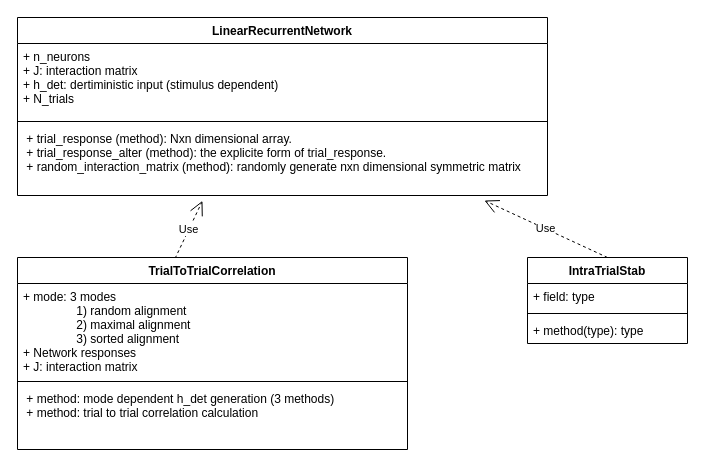
rzhou-space/MA_Networks keeps this draw.io diagram as 1D_RNN.drawio. Above is the earlier version. Source tidied: cells renumbered, new cells numbered last; positions are measured from the earlier drawing's top-left corner, leaving out a move shared by most shapes. Both pictures are drawn from the tidied source at 100%, with x=0, y=0 at pixel (17, 17).
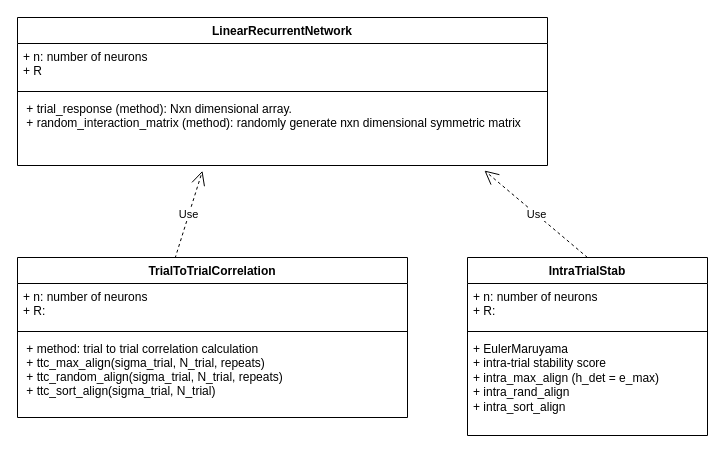
The same page after the edit.

What changed in the source:
```diff
@@
 <mxGraphModel>
   <root>
     <mxCell id="0" />
     <mxCell id="1" parent="0" />
     <mxCell id="2" value="LinearRecurrentNetwork" style="swimlane;fontStyle=1;align=center;verticalAlign=top;horizontal=1;startSize=26;" parent="1" vertex="1">
-      <mxGeometry width="530" height="178" as="geometry" />
+      <mxGeometry width="530" height="148" as="geometry" />
     </mxCell>
-    <mxCell id="3" value="+ n_neurons&#10;+ J: interaction matrix&#10;+ h_det: dertiministic input (stimulus dependent)&#10;+ N_trials" style="text;strokeColor=none;fillColor=none;align=left;verticalAlign=top;spacingLeft=4;spacingRight=4;overflow=hidden;" parent="2" vertex="1">
-      <mxGeometry y="26" width="530" height="74" as="geometry" />
+    <mxCell id="3" value="+ n: number of neurons&#10;+ R" style="text;strokeColor=none;fillColor=none;align=left;verticalAlign=top;spacingLeft=4;spacingRight=4;overflow=hidden;" parent="2" vertex="1">
+      <mxGeometry y="26" width="530" height="44" as="geometry" />
     </mxCell>
     <mxCell id="4" style="line;strokeWidth=1;fillColor=none;align=left;verticalAlign=middle;spacingTop=-1;spacingLeft=3;spacingRight=3;labelPosition=right;" parent="2" vertex="1">
-      <mxGeometry y="100" width="530" height="8" as="geometry" />
+      <mxGeometry y="70" width="530" height="8" as="geometry" />
     </mxCell>
-    <mxCell id="5" value=" + trial_response (method): Nxn dimensional array.&#10; + trial_response_alter (method): the explicite form of trial_response.&#10; + random_interaction_matrix (method): randomly generate nxn dimensional symmetric matrix &#10; " style="text;strokeColor=none;fillColor=none;align=left;verticalAlign=top;spacingLeft=4;spacingRight=4;overflow=hidden;points=[[0,0.5],[1,0.5]];portConstraint=eastwest;" parent="2" vertex="1">
-      <mxGeometry y="108" width="530" height="70" as="geometry" />
+    <mxCell id="5" value=" + trial_response (method): Nxn dimensional array.&#10; + random_interaction_matrix (method): randomly generate nxn dimensional symmetric matrix &#10; " style="text;strokeColor=none;fillColor=none;align=left;verticalAlign=top;spacingLeft=4;spacingRight=4;overflow=hidden;points=[[0,0.5],[1,0.5]];portConstraint=eastwest;" parent="2" vertex="1">
+      <mxGeometry y="78" width="530" height="70" as="geometry" />
     </mxCell>
     <mxCell id="6" value="Use" style="endArrow=open;endSize=12;dashed=1;html=1;rounded=0;entryX=0.349;entryY=1.076;entryDx=0;entryDy=0;entryPerimeter=0;exitX=0.404;exitY=0.005;exitDx=0;exitDy=0;exitPerimeter=0;" parent="1" edge="1" source="7" target="5">
       <mxGeometry relative="1" as="geometry" />
     </mxCell>
     <mxCell id="7" value="TrialToTrialCorrelation" style="swimlane;fontStyle=1;align=center;verticalAlign=top;horizontal=1;startSize=26;" parent="1" vertex="1">
-      <mxGeometry y="240" width="390" height="192" as="geometry" />
+      <mxGeometry y="240" width="390" height="160" as="geometry" />
     </mxCell>
-    <mxCell id="8" value="+ mode: 3 modes&#10;                1) random alignment&#10;                2) maximal alignment&#10;                3) sorted alignment&#10;+ Network responses&#10;+ J: interaction matrix&#10; &#10;" style="text;strokeColor=none;fillColor=none;align=left;verticalAlign=top;spacingLeft=4;spacingRight=4;overflow=hidden;" parent="7" vertex="1">
-      <mxGeometry y="26" width="390" height="94" as="geometry" />
+    <mxCell id="8" value="+ n: number of neurons&#10;+ R: " style="text;strokeColor=none;fillColor=none;align=left;verticalAlign=top;spacingLeft=4;spacingRight=4;overflow=hidden;" parent="7" vertex="1">
+      <mxGeometry y="26" width="390" height="44" as="geometry" />
     </mxCell>
     <mxCell id="9" style="line;strokeWidth=1;fillColor=none;align=left;verticalAlign=middle;spacingTop=-1;spacingLeft=3;spacingRight=3;labelPosition=right;" parent="7" vertex="1">
-      <mxGeometry y="120" width="390" height="8" as="geometry" />
+      <mxGeometry y="70" width="390" height="8" as="geometry" />
     </mxCell>
-    <mxCell id="10" value=" + method: mode dependent h_det generation (3 methods)&#10; + method: trial to trial correlation calculation" style="text;strokeColor=none;fillColor=none;align=left;verticalAlign=top;spacingLeft=4;spacingRight=4;overflow=hidden;" parent="7" vertex="1">
-      <mxGeometry y="128" width="390" height="64" as="geometry" />
+    <mxCell id="10" value=" + method: trial to trial correlation calculation&#10; + ttc_max_align(sigma_trial, N_trial, repeats)&#10; + ttc_random_align(sigma_trial, N_trial, repeats)&#10; + ttc_sort_align(sigma_trial, N_trial)" style="text;strokeColor=none;fillColor=none;align=left;verticalAlign=top;spacingLeft=4;spacingRight=4;overflow=hidden;" parent="7" vertex="1">
+      <mxGeometry y="78" width="390" height="82" as="geometry" />
     </mxCell>
     <mxCell id="11" value="IntraTrialStab" style="swimlane;fontStyle=1;align=center;verticalAlign=top;horizontal=1;startSize=26;whiteSpace=wrap;html=1;" parent="1" vertex="1">
-      <mxGeometry x="510" y="240" width="160" height="86" as="geometry" />
+      <mxGeometry x="450" y="240" width="240" height="178" as="geometry" />
     </mxCell>
-    <mxCell id="12" value="+ field: type" style="text;strokeColor=none;fillColor=none;align=left;verticalAlign=top;spacingLeft=4;spacingRight=4;overflow=hidden;whiteSpace=wrap;html=1;" parent="11" vertex="1">
-      <mxGeometry y="26" width="160" height="26" as="geometry" />
+    <mxCell id="12" value="+ n: number of neurons&lt;br&gt;+ R:&amp;nbsp;" style="text;strokeColor=none;fillColor=none;align=left;verticalAlign=top;spacingLeft=4;spacingRight=4;overflow=hidden;whiteSpace=wrap;html=1;" parent="11" vertex="1">
+      <mxGeometry y="26" width="240" height="44" as="geometry" />
     </mxCell>
     <mxCell id="13" style="line;strokeWidth=1;fillColor=none;align=left;verticalAlign=middle;spacingTop=-1;spacingLeft=3;spacingRight=3;labelPosition=right;strokeColor=inherit;" parent="11" vertex="1">
-      <mxGeometry y="52" width="160" height="8" as="geometry" />
+      <mxGeometry y="70" width="240" height="8" as="geometry" />
     </mxCell>
-    <mxCell id="14" value="+ method(type): type" style="text;strokeColor=none;fillColor=none;align=left;verticalAlign=top;spacingLeft=4;spacingRight=4;overflow=hidden;whiteSpace=wrap;html=1;" parent="11" vertex="1">
-      <mxGeometry y="60" width="160" height="26" as="geometry" />
+    <mxCell id="14" value="+ EulerMaruyama&lt;br&gt;+ intra-trial stability score&lt;br&gt;+ intra_max_align (h_det = e_max)&lt;br&gt;+ intra_rand_align&lt;br&gt;+ intra_sort_align&amp;nbsp;" style="text;strokeColor=none;fillColor=none;align=left;verticalAlign=top;spacingLeft=4;spacingRight=4;overflow=hidden;whiteSpace=wrap;html=1;" parent="11" vertex="1">
+      <mxGeometry y="78" width="240" height="100" as="geometry" />
     </mxCell>
     <mxCell id="15" value="Use" style="endArrow=open;endSize=12;dashed=1;html=1;rounded=0;entryX=0.881;entryY=1.072;entryDx=0;entryDy=0;entryPerimeter=0;exitX=0.5;exitY=0;exitDx=0;exitDy=0;" parent="1" edge="1" source="11" target="5">
       <mxGeometry relative="1" as="geometry" />
     </mxCell>
   </root>
 </mxGraphModel>
```
